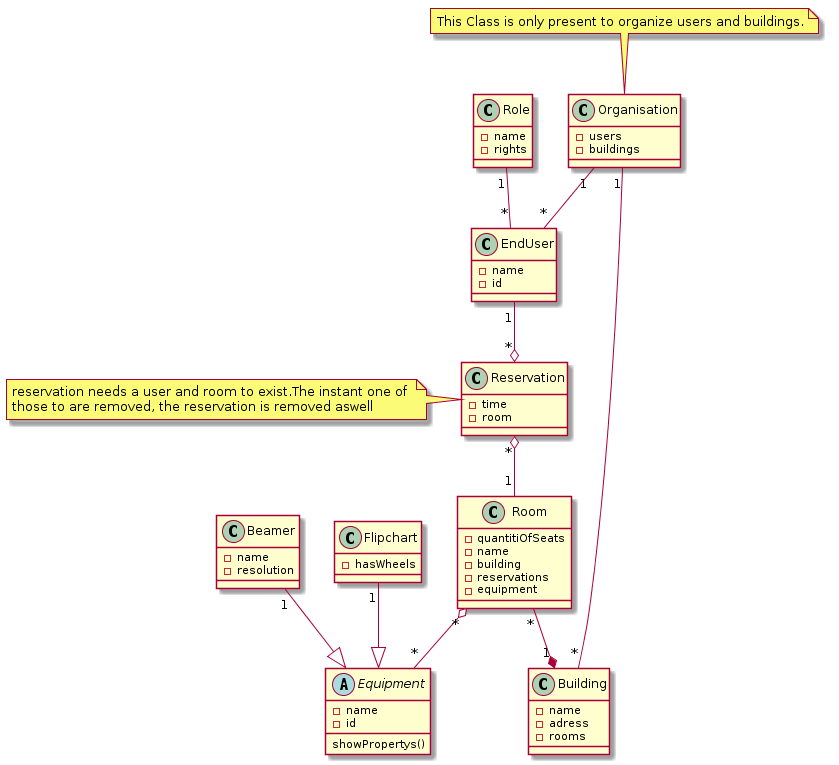
BFH-SoED-due1/white keeps this PlantUML diagram as doc/uml/ClassDiagram.png. Above is the earlier version.
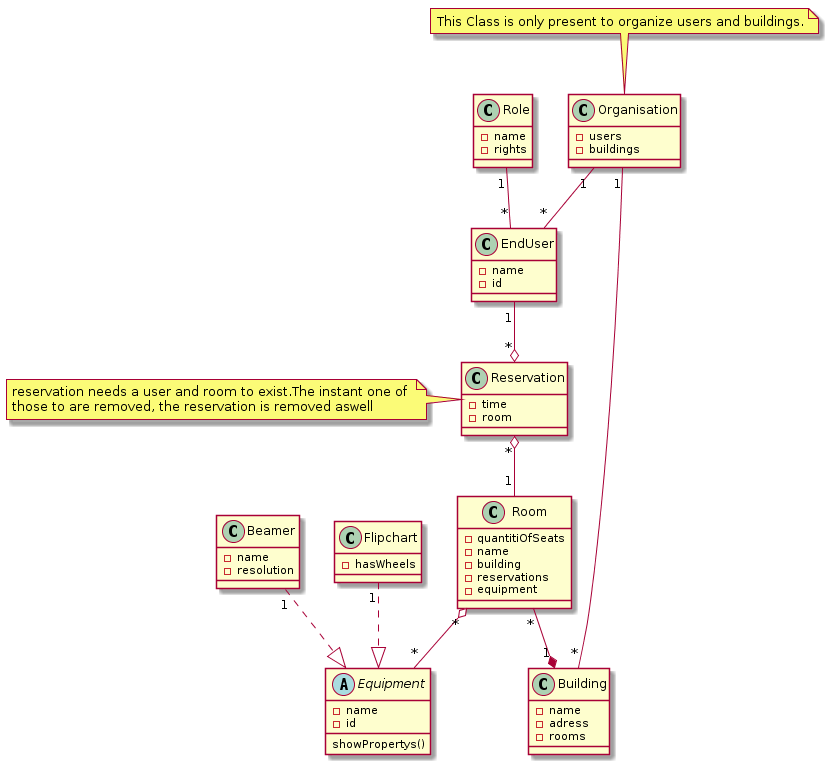
After the change.

Commit message:
Updated ClassDiagram Eqipment is now a interface instead of an abstract class

Diff of the diagram source:
```diff
@@ -49,14 +49,13 @@
 	-adress
 	-rooms
 }
-
 Role "1" --" *" EndUser
 EndUser"1" --o "*" Reservation
 Reservation "*" o-- "1" Room
 Room "*" --* "1" Building
 Room "*" o-- "*" Equipment
-Beamer "1" --|> Equipment
-Flipchart "1" --|> Equipment
+Beamer "1" ..|> Equipment
+Flipchart "1" ..|> Equipment
 Organisation  "1" -- "*" EndUser
 Organisation  "1" -- "*" Building
 
```
